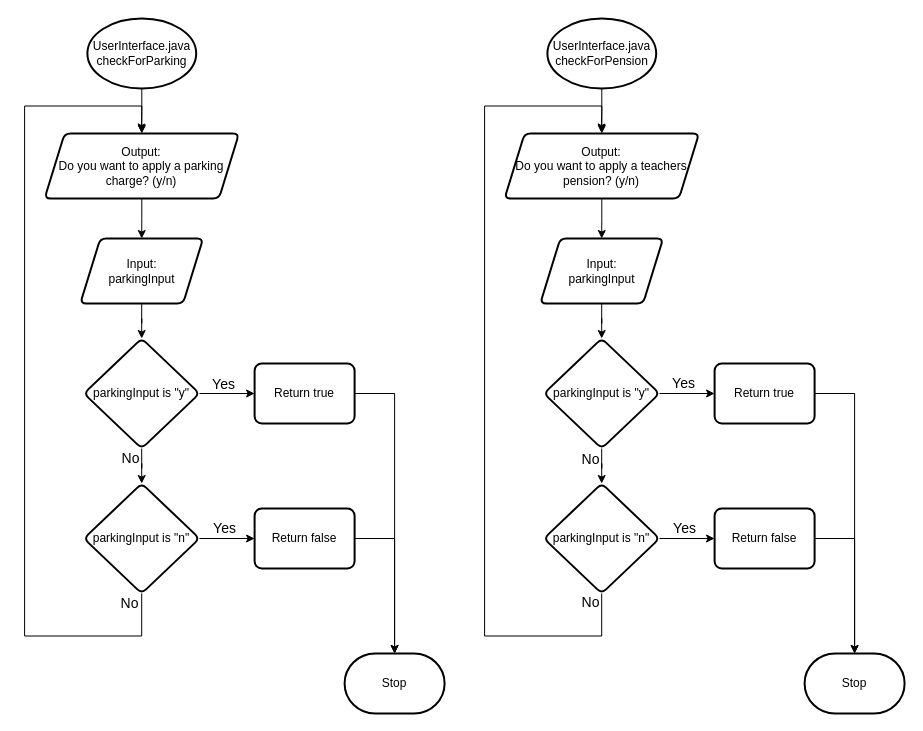
This is report/flowcharts/task-2/designs/userInterface2.drawio from Sherman5A/usw-pop-coursework-1-task-2, a draw.io file, before an edit. Source tidied: cells renumbered, new cells numbered last; positions are measured from the earlier drawing's top-left corner, leaving out a move shared by most shapes. Both pictures are drawn from the tidied source at 100%, with x=0, y=0 at pixel (24, 18).
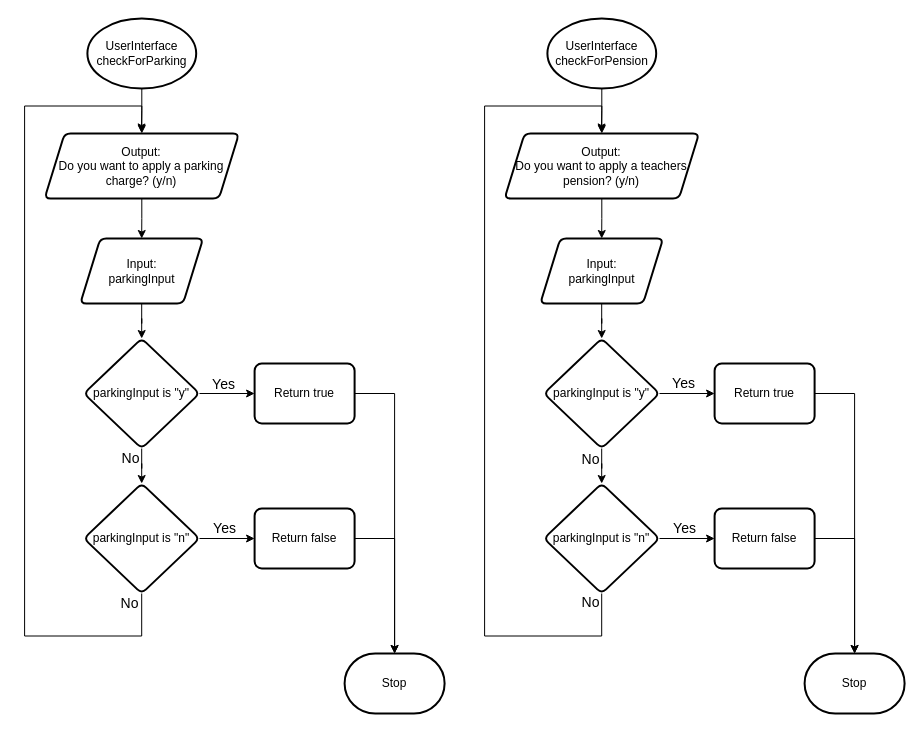
Above is the later version.

Change to the diagram source:
```diff
@@
-    <mxCell id="3" value="UserInterface.java&lt;br&gt;checkForParking" style="strokeWidth=2;html=1;shape=mxgraph.flowchart.start_1;whiteSpace=wrap;" parent="1" vertex="1">
+    <mxCell id="3" value="UserInterface&lt;br&gt;checkForParking" style="strokeWidth=2;html=1;shape=mxgraph.flowchart.start_1;whiteSpace=wrap;" parent="1" vertex="1">
       <mxGeometry x="62.9" width="108.8" height="70" as="geometry" />
     </mxCell>
@@
-    <mxCell id="24" value="UserInterface.java&lt;br&gt;checkForPension" style="strokeWidth=2;html=1;shape=mxgraph.flowchart.start_1;whiteSpace=wrap;" parent="1" vertex="1">
+    <mxCell id="24" value="UserInterface&lt;br&gt;checkForPension" style="strokeWidth=2;html=1;shape=mxgraph.flowchart.start_1;whiteSpace=wrap;" parent="1" vertex="1">
       <mxGeometry x="522.9" width="108.8" height="70" as="geometry" />
     </mxCell>
```
